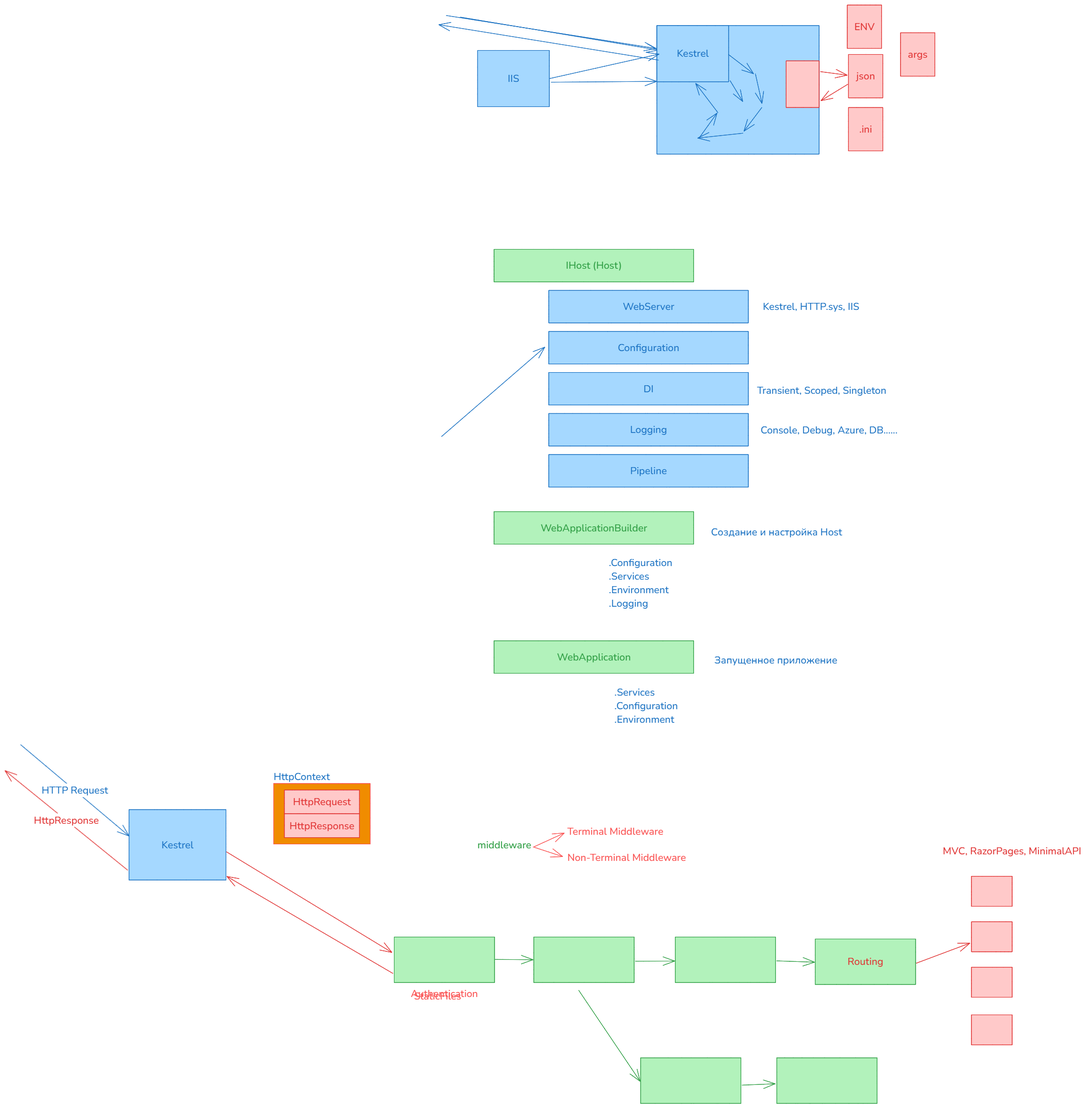
Earlier version of the Excalidraw export img/2.asp_core.excalidraw.png (silvercodes/P32_asp_net). Source tidied: one line per element, renumbered; positions are measured from the earlier drawing's top-left corner, leaving out a move shared by most shapes.
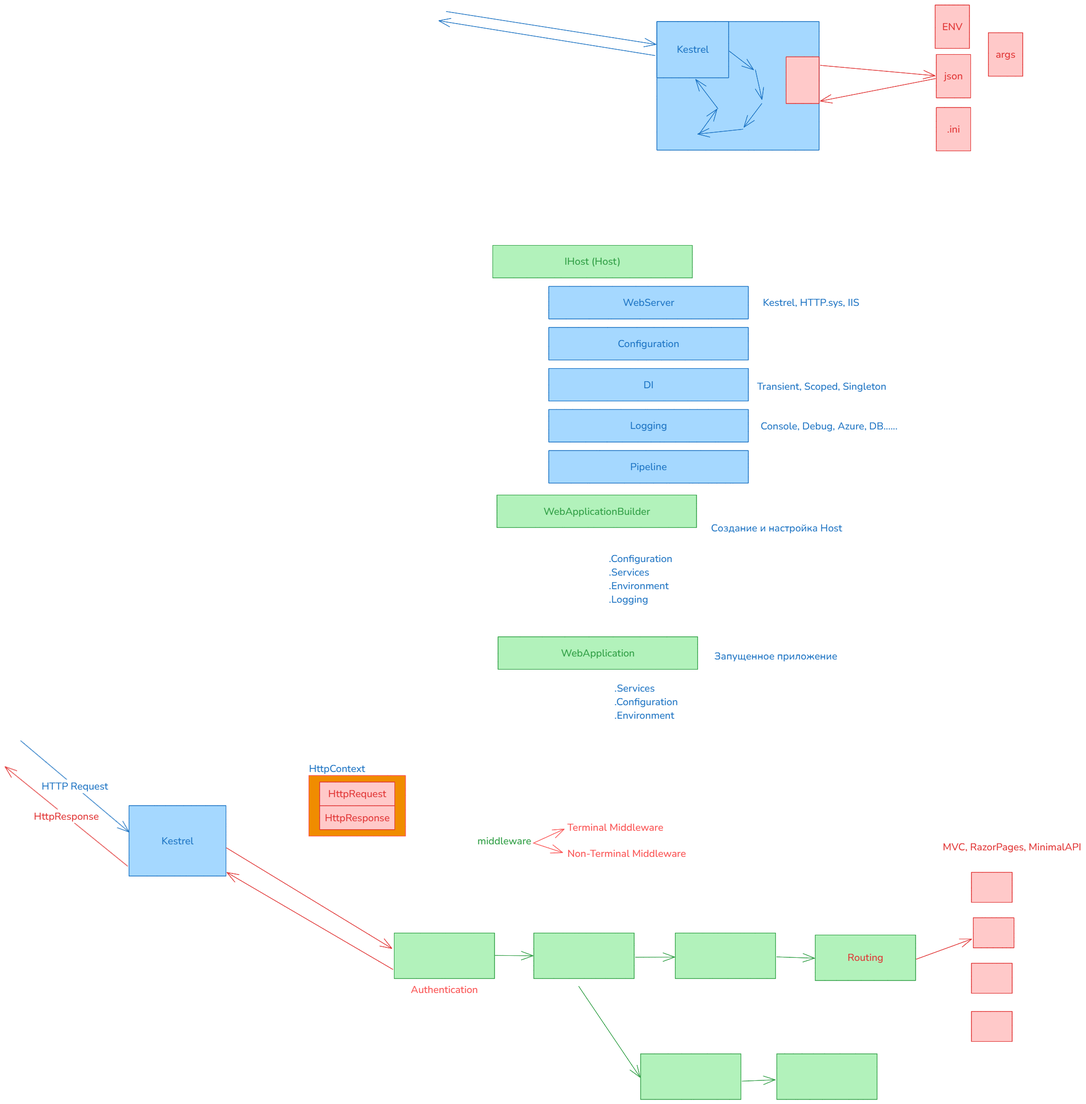
Above is the later version.

The edit, as a diff of the source:
```diff
@@ -1,9 +1,9 @@
-{"id": 0, "type": "rectangle", "strokeColor": "#2f9e44", "backgroundColor": "#b2f2bb", "fillStyle": "solid", "strokeWidth": 1, "roughness": 0, "x": 973, "y": 486, "width": 397, "height": 65}
+{"id": 0, "type": "rectangle", "strokeColor": "#2f9e44", "backgroundColor": "#b2f2bb", "fillStyle": "solid", "strokeWidth": 1, "roughness": 0, "x": 970, "y": 486, "width": 397, "height": 65}
-{"id": 1, "type": "text", "text": "IHost (Host)", "strokeColor": "#2f9e44", "backgroundColor": "#b2f2bb", "fillStyle": "solid", "strokeWidth": 1, "roughness": 0, "fontSize": 20, "fontFamily": 6, "textAlign": "center", "verticalAlign": "middle", "inside": 0, "x": 1116, "y": 505, "width": 111, "height": 27}
+{"id": 1, "type": "text", "text": "IHost (Host)", "strokeColor": "#2f9e44", "backgroundColor": "#b2f2bb", "fillStyle": "solid", "strokeWidth": 1, "roughness": 0, "fontSize": 20, "fontFamily": 6, "textAlign": "center", "verticalAlign": "middle", "inside": 0, "x": 1113, "y": 505, "width": 111, "height": 27}
-{"id": 2, "type": "rectangle", "strokeColor": "#2f9e44", "backgroundColor": "#b2f2bb", "fillStyle": "solid", "strokeWidth": 1, "roughness": 0, "x": 973, "y": 1009, "width": 397, "height": 65}
+{"id": 2, "type": "rectangle", "strokeColor": "#2f9e44", "backgroundColor": "#b2f2bb", "fillStyle": "solid", "strokeWidth": 1, "roughness": 0, "x": 979, "y": 983, "width": 397, "height": 65}
-{"id": 3, "type": "text", "text": "WebApplicationBuilder", "strokeColor": "#2f9e44", "backgroundColor": "#b2f2bb", "fillStyle": "solid", "strokeWidth": 1, "roughness": 0, "fontSize": 20, "fontFamily": 6, "textAlign": "center", "verticalAlign": "middle", "inside": 2, "x": 1066, "y": 1028, "width": 212, "height": 27}
+{"id": 3, "type": "text", "text": "WebApplicationBuilder", "strokeColor": "#2f9e44", "backgroundColor": "#b2f2bb", "fillStyle": "solid", "strokeWidth": 1, "roughness": 0, "fontSize": 20, "fontFamily": 6, "textAlign": "center", "verticalAlign": "middle", "inside": 2, "x": 1071, "y": 1002, "width": 212, "height": 27}
-{"id": 4, "type": "rectangle", "strokeColor": "#2f9e44", "backgroundColor": "#b2f2bb", "fillStyle": "solid", "strokeWidth": 1, "roughness": 0, "x": 973, "y": 1266, "width": 397, "height": 65}
+{"id": 4, "type": "rectangle", "strokeColor": "#2f9e44", "backgroundColor": "#b2f2bb", "fillStyle": "solid", "strokeWidth": 1, "roughness": 0, "x": 981, "y": 1266, "width": 397, "height": 65}
-{"id": 5, "type": "text", "text": "WebApplication", "strokeColor": "#2f9e44", "backgroundColor": "#b2f2bb", "fillStyle": "solid", "strokeWidth": 1, "roughness": 0, "fontSize": 20, "fontFamily": 6, "textAlign": "center", "verticalAlign": "middle", "inside": 4, "x": 1098, "y": 1285, "width": 147, "height": 27}
+{"id": 5, "type": "text", "text": "WebApplication", "strokeColor": "#2f9e44", "backgroundColor": "#b2f2bb", "fillStyle": "solid", "strokeWidth": 1, "roughness": 0, "fontSize": 20, "fontFamily": 6, "textAlign": "center", "verticalAlign": "middle", "inside": 4, "x": 1106, "y": 1285, "width": 147, "height": 27}
 {"id": 6, "type": "rectangle", "strokeColor": "#1971c2", "backgroundColor": "#a5d8ff", "fillStyle": "solid", "strokeWidth": 1, "roughness": 0, "x": 1082, "y": 568, "width": 397, "height": 65}
 {"id": 7, "type": "text", "text": "WebServer", "strokeColor": "#1971c2", "backgroundColor": "#b2f2bb", "fillStyle": "solid", "strokeWidth": 1, "roughness": 0, "fontSize": 20, "fontFamily": 6, "textAlign": "center", "verticalAlign": "middle", "inside": 6, "x": 1229, "y": 587, "width": 102, "height": 27}
 {"id": 8, "type": "text", "text": "Kestrel, HTTP.sys, IIS", "strokeColor": "#1971c2", "backgroundColor": "#a5d8ff", "fillStyle": "solid", "strokeWidth": 1, "roughness": 0, "fontSize": 20, "fontFamily": 6, "x": 1508, "y": 587, "width": 192, "height": 27}
@@ -11,25 +11,25 @@
 {"id": 10, "type": "rectangle", "strokeColor": "#1971c2", "backgroundColor": "#a5d8ff", "fillStyle": "solid", "strokeWidth": 1, "roughness": 0, "x": 1297, "y": 41, "width": 143, "height": 112}
 {"id": 11, "type": "text", "text": "Kestrel", "strokeColor": "#1971c2", "backgroundColor": "#a5d8ff", "fillStyle": "solid", "strokeWidth": 1, "roughness": 0, "fontSize": 20, "fontFamily": 6, "textAlign": "center", "verticalAlign": "middle", "inside": 10, "x": 1337, "y": 83, "width": 64, "height": 27}
 {"id": 12, "type": "arrow", "strokeColor": "#1971c2", "backgroundColor": "#a5d8ff", "fillStyle": "solid", "strokeWidth": 1, "roughness": 0, "endArrowhead": "arrow", "round": true, "to": 10, "x": 878, "y": 21, "width": 417, "height": 66, "points": [[0, 0], [417, 66]]}
-{"id": 13, "type": "arrow", "strokeColor": "#1971c2", "backgroundColor": "#a5d8ff", "fillStyle": "solid", "strokeWidth": 1, "roughness": 0, "endArrowhead": "arrow", "round": true, "from": 10, "to": 9, "x": 1440, "y": 98, "width": 50, "height": 38, "points": [[0, 0], [50, 38]]}
+{"id": 13, "type": "arrow", "strokeColor": "#1971c2", "backgroundColor": "#a5d8ff", "fillStyle": "solid", "strokeWidth": 1, "roughness": 0, "endArrowhead": "arrow", "round": true, "from": 10, "to": 9, "x": 1441, "y": 100, "width": 49, "height": 37, "points": [[0, 0], [49, 37]]}
 {"id": 14, "type": "arrow", "strokeColor": "#1971c2", "backgroundColor": "#a5d8ff", "fillStyle": "solid", "strokeWidth": 1, "roughness": 0, "endArrowhead": "arrow", "round": true, "from": 9, "x": 1493, "y": 137, "width": 13, "height": 59, "points": [[0, 0], [13, 59]]}
 {"id": 15, "type": "arrow", "strokeColor": "#1971c2", "backgroundColor": "#a5d8ff", "fillStyle": "solid", "strokeWidth": 1, "roughness": 0, "endArrowhead": "arrow", "round": true, "from": 9, "x": 1506, "y": 204, "width": 36, "height": 47, "points": [[0, 0], [-36, 47]]}
 {"id": 16, "type": "arrow", "strokeColor": "#1971c2", "backgroundColor": "#a5d8ff", "fillStyle": "solid", "strokeWidth": 1, "roughness": 0, "endArrowhead": "arrow", "round": true, "from": 9, "x": 1468, "y": 255, "width": 90, "height": 10, "points": [[0, 0], [-90, 10]]}
 {"id": 17, "type": "arrow", "strokeColor": "#1971c2", "backgroundColor": "#a5d8ff", "fillStyle": "solid", "strokeWidth": 1, "roughness": 0, "endArrowhead": "arrow", "round": true, "from": 9, "x": 1381, "y": 265, "width": 36, "height": 50, "points": [[0, 0], [36, -50]]}
 {"id": 18, "type": "arrow", "strokeColor": "#1971c2", "backgroundColor": "#a5d8ff", "fillStyle": "solid", "strokeWidth": 1, "roughness": 0, "endArrowhead": "arrow", "round": true, "from": 9, "to": 10, "x": 1419, "y": 214, "width": 44, "height": 58, "points": [[0, 0], [-44, -58]]}
-{"id": 19, "type": "arrow", "strokeColor": "#1971c2", "backgroundColor": "#a5d8ff", "fillStyle": "solid", "strokeWidth": 1, "roughness": 0, "endArrowhead": "arrow", "round": true, "from": 10, "x": 1300, "y": 110, "width": 437, "height": 70, "points": [[0, 0], [-437, -70]]}
+{"id": 19, "type": "arrow", "strokeColor": "#1971c2", "backgroundColor": "#a5d8ff", "fillStyle": "solid", "strokeWidth": 1, "roughness": 0, "endArrowhead": "arrow", "round": true, "from": 10, "x": 1294, "y": 109, "width": 431, "height": 69, "points": [[0, 0], [-431, -69]]}
 {"id": 20, "type": "rectangle", "strokeColor": "#1971c2", "backgroundColor": "#a5d8ff", "fillStyle": "solid", "strokeWidth": 1, "roughness": 0, "x": 1082, "y": 650, "width": 397, "height": 65}
 {"id": 21, "type": "text", "text": "Configuration", "strokeColor": "#1971c2", "backgroundColor": "#b2f2bb", "fillStyle": "solid", "strokeWidth": 1, "roughness": 0, "fontSize": 20, "fontFamily": 6, "textAlign": "center", "verticalAlign": "middle", "inside": 20, "x": 1219, "y": 669, "width": 122, "height": 27}
-{"id": 22, "type": "rectangle", "strokeColor": "#e03131", "backgroundColor": "#ffc9c9", "fillStyle": "solid", "strokeWidth": 1, "roughness": 0, "x": 1678, "y": 98, "width": 68, "height": 86}
+{"id": 22, "type": "rectangle", "strokeColor": "#e03131", "backgroundColor": "#ffc9c9", "fillStyle": "solid", "strokeWidth": 1, "roughness": 0, "x": 1853, "y": 106, "width": 68, "height": 86}
-{"id": 23, "type": "text", "text": "json", "strokeColor": "#e03131", "backgroundColor": "#ffc9c9", "fillStyle": "solid", "strokeWidth": 1, "roughness": 0, "fontSize": 20, "fontFamily": 6, "textAlign": "center", "verticalAlign": "middle", "inside": 22, "x": 1694, "y": 128, "width": 37, "height": 27}
+{"id": 23, "type": "text", "text": "json", "strokeColor": "#e03131", "backgroundColor": "#ffc9c9", "fillStyle": "solid", "strokeWidth": 1, "roughness": 0, "fontSize": 20, "fontFamily": 6, "textAlign": "center", "verticalAlign": "middle", "inside": 22, "x": 1869, "y": 136, "width": 37, "height": 27}
-{"id": 24, "type": "arrow", "strokeColor": "#e03131", "backgroundColor": "#ffc9c9", "fillStyle": "solid", "strokeWidth": 1, "roughness": 0, "endArrowhead": "arrow", "round": true, "from": 9, "to": 22, "x": 1622, "y": 133, "width": 54, "height": 7, "points": [[0, 0], [54, 7]]}
+{"id": 24, "type": "arrow", "strokeColor": "#e03131", "backgroundColor": "#ffc9c9", "fillStyle": "solid", "strokeWidth": 1, "roughness": 0, "endArrowhead": "arrow", "round": true, "from": 9, "to": 22, "x": 1622, "y": 128, "width": 228, "height": 21, "points": [[0, 0], [228, 21]]}
-{"id": 25, "type": "arrow", "strokeColor": "#e03131", "backgroundColor": "#ffc9c9", "fillStyle": "solid", "strokeWidth": 1, "roughness": 0, "endArrowhead": "arrow", "round": true, "from": 22, "to": 9, "x": 1677, "y": 158, "width": 54, "height": 33, "points": [[0, 0], [-54, 33]]}
+{"id": 25, "type": "arrow", "strokeColor": "#e03131", "backgroundColor": "#ffc9c9", "fillStyle": "solid", "strokeWidth": 1, "roughness": 0, "endArrowhead": "arrow", "round": true, "from": 22, "to": 32, "x": 1852, "y": 154, "width": 230, "height": 45, "points": [[0, 0], [-230, 45]]}
-{"id": 26, "type": "rectangle", "strokeColor": "#e03131", "backgroundColor": "#ffc9c9", "fillStyle": "solid", "strokeWidth": 1, "roughness": 0, "x": 1678, "y": 204, "width": 68, "height": 86}
+{"id": 26, "type": "rectangle", "strokeColor": "#e03131", "backgroundColor": "#ffc9c9", "fillStyle": "solid", "strokeWidth": 1, "roughness": 0, "x": 1853, "y": 212, "width": 68, "height": 86}
-{"id": 27, "type": "text", "text": ".ini", "strokeColor": "#e03131", "backgroundColor": "#ffc9c9", "fillStyle": "solid", "strokeWidth": 1, "roughness": 0, "fontSize": 20, "fontFamily": 6, "textAlign": "center", "verticalAlign": "middle", "inside": 26, "x": 1700, "y": 234, "width": 26, "height": 27}
+{"id": 27, "type": "text", "text": ".ini", "strokeColor": "#e03131", "backgroundColor": "#ffc9c9", "fillStyle": "solid", "strokeWidth": 1, "roughness": 0, "fontSize": 20, "fontFamily": 6, "textAlign": "center", "verticalAlign": "middle", "inside": 26, "x": 1875, "y": 242, "width": 26, "height": 27}
-{"id": 28, "type": "rectangle", "strokeColor": "#e03131", "backgroundColor": "#ffc9c9", "fillStyle": "solid", "strokeWidth": 1, "roughness": 0, "x": 1676, "y": 0, "width": 68, "height": 86}
+{"id": 28, "type": "rectangle", "strokeColor": "#e03131", "backgroundColor": "#ffc9c9", "fillStyle": "solid", "strokeWidth": 1, "roughness": 0, "x": 1851, "y": 8, "width": 68, "height": 86}
-{"id": 29, "type": "text", "text": "ENV", "strokeColor": "#e03131", "backgroundColor": "#ffc9c9", "fillStyle": "solid", "strokeWidth": 1, "roughness": 0, "fontSize": 20, "fontFamily": 6, "textAlign": "center", "verticalAlign": "middle", "inside": 28, "x": 1690, "y": 30, "width": 40, "height": 27}
+{"id": 29, "type": "text", "text": "ENV", "strokeColor": "#e03131", "backgroundColor": "#ffc9c9", "fillStyle": "solid", "strokeWidth": 1, "roughness": 0, "fontSize": 20, "fontFamily": 6, "textAlign": "center", "verticalAlign": "middle", "inside": 28, "x": 1865, "y": 38, "width": 40, "height": 27}
-{"id": 30, "type": "rectangle", "strokeColor": "#e03131", "backgroundColor": "#ffc9c9", "fillStyle": "solid", "strokeWidth": 1, "roughness": 0, "x": 1782, "y": 55, "width": 68, "height": 86}
+{"id": 30, "type": "rectangle", "strokeColor": "#e03131", "backgroundColor": "#ffc9c9", "fillStyle": "solid", "strokeWidth": 1, "roughness": 0, "x": 1957, "y": 63, "width": 68, "height": 86}
-{"id": 31, "type": "text", "text": "args", "strokeColor": "#e03131", "backgroundColor": "#ffc9c9", "fillStyle": "solid", "strokeWidth": 1, "roughness": 0, "fontSize": 20, "fontFamily": 6, "textAlign": "center", "verticalAlign": "middle", "inside": 30, "x": 1796, "y": 85, "width": 39, "height": 27}
+{"id": 31, "type": "text", "text": "args", "strokeColor": "#e03131", "backgroundColor": "#ffc9c9", "fillStyle": "solid", "strokeWidth": 1, "roughness": 0, "fontSize": 20, "fontFamily": 6, "textAlign": "center", "verticalAlign": "middle", "inside": 30, "x": 1971, "y": 93, "width": 39, "height": 27}
 {"id": 32, "type": "rectangle", "strokeColor": "#e03131", "backgroundColor": "#ffc9c9", "fillStyle": "solid", "strokeWidth": 1, "roughness": 0, "x": 1554, "y": 111, "width": 66, "height": 93}
 {"id": 33, "type": "rectangle", "strokeColor": "#1971c2", "backgroundColor": "#a5d8ff", "fillStyle": "solid", "strokeWidth": 1, "roughness": 0, "x": 1082, "y": 732, "width": 397, "height": 65}
 {"id": 34, "type": "text", "text": "DI", "strokeColor": "#1971c2", "backgroundColor": "#b2f2bb", "fillStyle": "solid", "strokeWidth": 1, "roughness": 0, "fontSize": 20, "fontFamily": 6, "textAlign": "center", "verticalAlign": "middle", "inside": 33, "x": 1270, "y": 750, "width": 20, "height": 27}
@@ -62,10 +62,10 @@
 {"id": 61, "type": "arrow", "strokeColor": "#1971c2", "backgroundColor": "#a5d8ff", "fillStyle": "solid", "strokeWidth": 1, "roughness": 0, "endArrowhead": "arrow", "round": true, "to": 59, "x": 31, "y": 1473, "width": 216, "height": 182, "points": [[0, 0], [216, 182]]}
 {"id": 62, "type": "text", "text": "HTTP Request", "strokeColor": "#1971c2", "backgroundColor": "#a5d8ff", "fillStyle": "solid", "strokeWidth": 1, "roughness": 0, "fontSize": 20, "fontFamily": 6, "textAlign": "center", "verticalAlign": "middle", "inside": 61, "x": 331, "y": 1699, "width": 132, "height": 27}
 {"id": 63, "type": "rectangle", "strokeColor": "#e03131", "backgroundColor": "#ffc9c9", "fillStyle": "solid", "strokeWidth": 1, "roughness": 0, "x": 1923, "y": 1735, "width": 81, "height": 60}
-{"id": 64, "type": "rectangle", "strokeColor": "#e03131", "backgroundColor": "#ffc9c9", "fillStyle": "solid", "strokeWidth": 1, "roughness": 0, "x": 1923, "y": 1825, "width": 81, "height": 60}
+{"id": 64, "type": "rectangle", "strokeColor": "#e03131", "backgroundColor": "#ffc9c9", "fillStyle": "solid", "strokeWidth": 1, "roughness": 0, "x": 1927, "y": 1825, "width": 81, "height": 60}
 {"id": 65, "type": "rectangle", "strokeColor": "#e03131", "backgroundColor": "#ffc9c9", "fillStyle": "solid", "strokeWidth": 1, "roughness": 0, "x": 1923, "y": 1916, "width": 81, "height": 60}
-{"id": 66, "type": "rectangle", "strokeColor": "#e03131", "backgroundColor": "#ffc9c9", "fillStyle": "solid", "strokeWidth": 1, "roughness": 0, "x": 1923, "y": 2011, "width": 81, "height": 60}
+{"id": 66, "type": "rectangle", "strokeColor": "#e03131", "backgroundColor": "#ffc9c9", "fillStyle": "solid", "strokeWidth": 1, "roughness": 0, "x": 1923, "y": 2012, "width": 81, "height": 60}
-{"id": 67, "type": "arrow", "strokeColor": "#e03131", "backgroundColor": "#ffc9c9", "fillStyle": "solid", "strokeWidth": 1, "roughness": 0, "endArrowhead": "arrow", "round": true, "from": 48, "to": 64, "x": 1813, "y": 1908, "width": 107, "height": 40, "points": [[0, 0], [107, -40]]}
+{"id": 67, "type": "arrow", "strokeColor": "#e03131", "backgroundColor": "#ffc9c9", "fillStyle": "solid", "strokeWidth": 1, "roughness": 0, "endArrowhead": "arrow", "round": true, "from": 48, "to": 64, "x": 1813, "y": 1908, "width": 111, "height": 40, "points": [[0, 0], [111, -40]]}
 {"id": 68, "type": "text", "text": "MVC, RazorPages, MinimalAPI", "strokeColor": "#e03131", "backgroundColor": "#ffc9c9", "fillStyle": "solid", "strokeWidth": 1, "roughness": 0, "fontSize": 20, "fontFamily": 6, "x": 1866, "y": 1670, "width": 275, "height": 27}
 {"id": 69, "type": "arrow", "strokeColor": "#e03131", "backgroundColor": "#ffc9c9", "fillStyle": "solid", "strokeWidth": 1, "roughness": 0, "endArrowhead": "arrow", "round": true, "from": 59, "x": 244, "y": 1722, "width": 244, "height": 198, "points": [[0, 0], [-244, -198]]}
 {"id": 70, "type": "text", "text": "HttpResponse", "strokeColor": "#e03131", "backgroundColor": "#ffc9c9", "fillStyle": "solid", "strokeWidth": 1, "roughness": 0, "fontSize": 20, "fontFamily": 6, "textAlign": "center", "verticalAlign": "middle", "inside": 69, "x": 57, "y": 1610, "width": 129, "height": 27}
@@ -75,9 +75,9 @@
 {"id": 74, "type": "rectangle", "strokeColor": "#2f9e44", "backgroundColor": "#b2f2bb", "fillStyle": "solid", "strokeWidth": 1, "roughness": 0, "x": 1536, "y": 2096, "width": 200, "height": 91}
 {"id": 75, "type": "arrow", "strokeColor": "#2f9e44", "backgroundColor": "#ffc9c9", "fillStyle": "solid", "strokeWidth": 1, "roughness": 0, "endArrowhead": "arrow", "round": true, "from": 46, "to": 73, "x": 1141, "y": 1962, "width": 122, "height": 181, "points": [[0, 0], [122, 181]]}
 {"id": 76, "type": "arrow", "strokeColor": "#2f9e44", "backgroundColor": "#ffc9c9", "fillStyle": "solid", "strokeWidth": 1, "roughness": 0, "endArrowhead": "arrow", "round": true, "from": 73, "to": 74, "x": 1466, "y": 2150, "width": 66, "height": 3, "points": [[0, 0], [66, -3]]}
-{"id": 77, "type": "rectangle", "strokeColor": "#fa5252", "backgroundColor": "#f08c00", "fillStyle": "solid", "strokeWidth": 1, "roughness": 0, "x": 534, "y": 1550, "width": 192, "height": 121}
+{"id": 77, "type": "rectangle", "strokeColor": "#fa5252", "backgroundColor": "#f08c00", "fillStyle": "solid", "strokeWidth": 1, "roughness": 0, "x": 605, "y": 1542, "width": 192, "height": 121}
-{"id": 78, "type": "text", "text": "HttpContext", "strokeColor": "#1971c2", "backgroundColor": "#a5d8ff", "fillStyle": "solid", "strokeWidth": 1, "roughness": 0, "fontSize": 20, "fontFamily": 6, "x": 534, "y": 1523, "width": 112, "height": 27}
+{"id": 78, "type": "text", "text": "HttpContext", "strokeColor": "#1971c2", "backgroundColor": "#a5d8ff", "fillStyle": "solid", "strokeWidth": 1, "roughness": 0, "fontSize": 20, "fontFamily": 6, "x": 605, "y": 1515, "width": 112, "height": 27}
-{"id": 79, "type": "rectangle", "strokeColor": "#e03131", "backgroundColor": "#ffc9c9", "fillStyle": "solid", "strokeWidth": 1, "roughness": 0, "x": 556, "y": 1563, "width": 149, "height": 47}
+{"id": 79, "type": "rectangle", "strokeColor": "#e03131", "backgroundColor": "#ffc9c9", "fillStyle": "solid", "strokeWidth": 1, "roughness": 0, "x": 626, "y": 1555, "width": 149, "height": 47}
-{"id": 80, "type": "text", "text": "HttpRequest", "strokeColor": "#e03131", "backgroundColor": "#ffc9c9", "fillStyle": "solid", "strokeWidth": 1, "roughness": 0, "fontSize": 20, "fontFamily": 6, "textAlign": "center", "verticalAlign": "middle", "inside": 79, "x": 573, "y": 1573, "width": 115, "height": 27}
+{"id": 80, "type": "text", "text": "HttpRequest", "strokeColor": "#e03131", "backgroundColor": "#ffc9c9", "fillStyle": "solid", "strokeWidth": 1, "roughness": 0, "fontSize": 20, "fontFamily": 6, "textAlign": "center", "verticalAlign": "middle", "inside": 79, "x": 643, "y": 1565, "width": 115, "height": 27}
-{"id": 81, "type": "rectangle", "strokeColor": "#e03131", "backgroundColor": "#ffc9c9", "fillStyle": "solid", "strokeWidth": 1, "roughness": 0, "x": 556, "y": 1610, "width": 149, "height": 47}
+{"id": 81, "type": "rectangle", "strokeColor": "#e03131", "backgroundColor": "#ffc9c9", "fillStyle": "solid", "strokeWidth": 1, "roughness": 0, "x": 626, "y": 1602, "width": 149, "height": 47}
-{"id": 82, "type": "text", "text": "HttpResponse", "strokeColor": "#e03131", "backgroundColor": "#ffc9c9", "fillStyle": "solid", "strokeWidth": 1, "roughness": 0, "fontSize": 20, "fontFamily": 6, "textAlign": "center", "verticalAlign": "middle", "inside": 81, "x": 566, "y": 1620, "width": 129, "height": 27}
+{"id": 82, "type": "text", "text": "HttpResponse", "strokeColor": "#e03131", "backgroundColor": "#ffc9c9", "fillStyle": "solid", "strokeWidth": 1, "roughness": 0, "fontSize": 20, "fontFamily": 6, "textAlign": "center", "verticalAlign": "middle", "inside": 81, "x": 636, "y": 1612, "width": 129, "height": 27}
```
